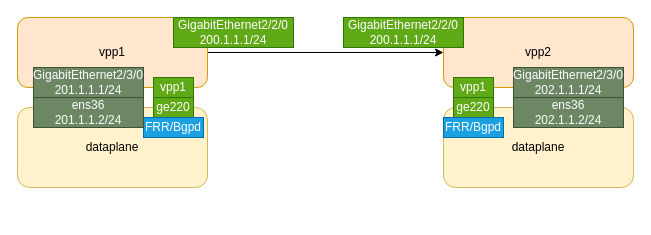
Before: new_map/linux_cp.drawio in jin13417/dpdk-vpp-learning, a draw.io diagram. Source tidied: cells renumbered, new cells numbered last; positions are measured from the earlier drawing's top-left corner, leaving out a move shared by most shapes. Both pictures are drawn from the tidied source at 100%, with x=0, y=0 at pixel (17, 17).
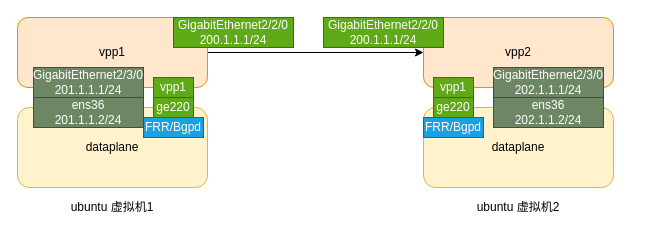
The same page after the edit.

Diff of the diagram source:
```diff
@@
     <mxCell id="7" value="vpp2" style="rounded=1;whiteSpace=wrap;html=1;fillColor=#ffe6cc;strokeColor=#d79b00;" parent="1" vertex="1">
-      <mxGeometry x="426" width="190" height="70" as="geometry" />
+      <mxGeometry x="406" width="190" height="70" as="geometry" />
     </mxCell>
     <mxCell id="8" value="dataplane" style="rounded=1;whiteSpace=wrap;html=1;fillColor=#fff2cc;strokeColor=#d6b656;" parent="1" vertex="1">
-      <mxGeometry x="426" y="90" width="190" height="80" as="geometry" />
+      <mxGeometry x="406" y="90" width="190" height="80" as="geometry" />
     </mxCell>
@@
     <mxCell id="10" value="GigabitEthernet2/2/0&lt;br&gt;200.1.1.1/24" style="text;html=1;strokeColor=#2D7600;fillColor=#60a917;align=center;verticalAlign=middle;whiteSpace=wrap;rounded=0;fontColor=#ffffff;" parent="1" vertex="1">
-      <mxGeometry x="326" width="120" height="30" as="geometry" />
+      <mxGeometry x="306" width="120" height="30" as="geometry" />
     </mxCell>
     <mxCell id="11" value="vpp1" style="text;html=1;fillColor=#60a917;align=center;verticalAlign=middle;whiteSpace=wrap;rounded=0;strokeColor=#2D7600;fontColor=#ffffff;" parent="1" vertex="1">
-      <mxGeometry x="436" y="60" width="40" height="20" as="geometry" />
+      <mxGeometry x="416" y="60" width="40" height="20" as="geometry" />
     </mxCell>
     <mxCell id="12" value="ge220" style="text;html=1;fillColor=#60a917;align=center;verticalAlign=middle;whiteSpace=wrap;rounded=0;strokeColor=#2D7600;fontColor=#ffffff;" parent="1" vertex="1">
-      <mxGeometry x="436" y="80" width="40" height="20" as="geometry" />
+      <mxGeometry x="416" y="80" width="40" height="20" as="geometry" />
     </mxCell>
@@
     <mxCell id="14" value="FRR/Bgpd" style="text;html=1;strokeColor=#006EAF;fillColor=#1ba1e2;align=center;verticalAlign=middle;whiteSpace=wrap;rounded=0;fontColor=#ffffff;" parent="1" vertex="1">
-      <mxGeometry x="426" y="100" width="60" height="20" as="geometry" />
+      <mxGeometry x="406" y="100" width="60" height="20" as="geometry" />
     </mxCell>
@@
     <mxCell id="17" value="ens36&lt;br&gt;202.1.1.2/24" style="text;html=1;strokeColor=#3A5431;fillColor=#6d8764;align=center;verticalAlign=middle;whiteSpace=wrap;rounded=0;fontColor=#ffffff;" parent="1" vertex="1">
-      <mxGeometry x="496" y="80" width="110" height="30" as="geometry" />
+      <mxGeometry x="476" y="80" width="110" height="30" as="geometry" />
     </mxCell>
     <mxCell id="18" value="GigabitEthernet2/3/0&lt;br&gt;202.1.1.1/24" style="text;html=1;strokeColor=#3A5431;fillColor=#6d8764;align=center;verticalAlign=middle;whiteSpace=wrap;rounded=0;fontColor=#ffffff;" parent="1" vertex="1">
-      <mxGeometry x="496" y="50" width="110" height="30" as="geometry" />
+      <mxGeometry x="476" y="50" width="110" height="30" as="geometry" />
     </mxCell>
+    <mxCell id="19" value="ubuntu 虚拟机2" style="text;html=1;strokeColor=none;fillColor=none;align=center;verticalAlign=middle;whiteSpace=wrap;rounded=0;" parent="1" vertex="1">
+      <mxGeometry x="456" y="180" width="90" height="20" as="geometry" />
+    </mxCell>
+    <mxCell id="20" value="ubuntu 虚拟机1" style="text;html=1;strokeColor=none;fillColor=none;align=center;verticalAlign=middle;whiteSpace=wrap;rounded=0;" parent="1" vertex="1">
+      <mxGeometry x="50" y="180" width="90" height="20" as="geometry" />
+    </mxCell>
```
